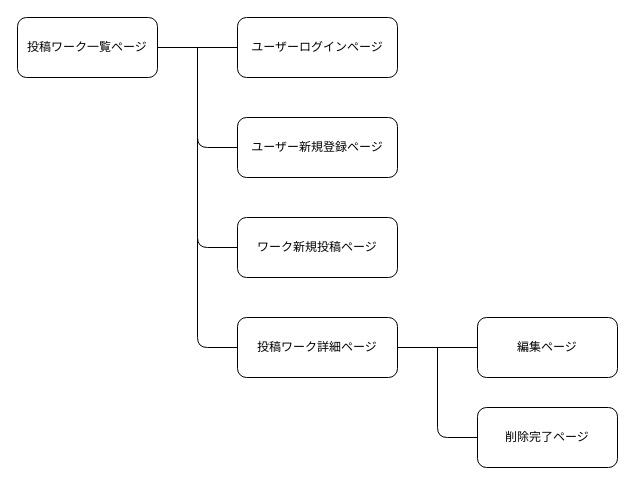
Above: cbt-app.drawio in Kinoken0413/cbt-app (draw.io), before the change. Source tidied: cells renumbered, new cells numbered last; positions are measured from the earlier drawing's top-left corner, leaving out a move shared by most shapes. Both pictures are drawn from the tidied source at 100%, with x=0, y=0 at pixel (17, 17).
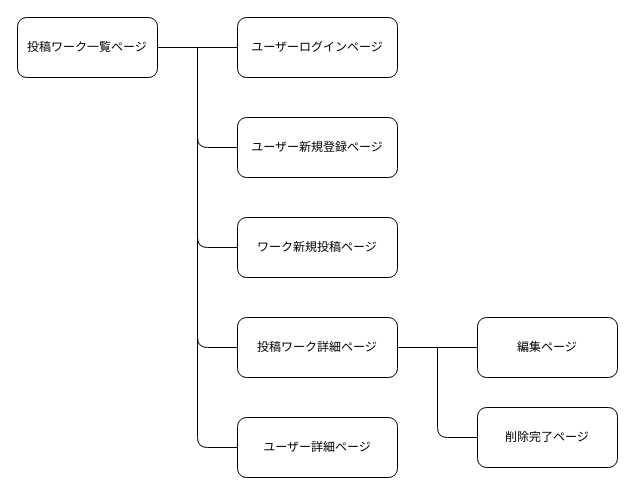
The same diagram, later.

Commit message (it also covers changes not shown here):
画面遷移図にユーザー詳細ページを追加

The edit, as a diff of the source:
```diff
@@
+    <mxCell id="15" value="ユーザー詳細ページ" style="rounded=1;whiteSpace=wrap;html=1;" parent="1" vertex="1">
+      <mxGeometry x="220" y="400" width="160" height="60" as="geometry" />
+    </mxCell>
+    <mxCell id="16" style="endArrow=none;html=1;exitX=0;exitY=0.5;exitDx=0;exitDy=0;" parent="1" edge="1">
+      <mxGeometry relative="1" as="geometry">
+        <mxPoint x="220" y="430" as="sourcePoint" />
+        <mxPoint x="180" y="320" as="targetPoint" />
+        <Array as="points">
+          <mxPoint x="180" y="430" />
+        </Array>
+      </mxGeometry>
+    </mxCell>
```
